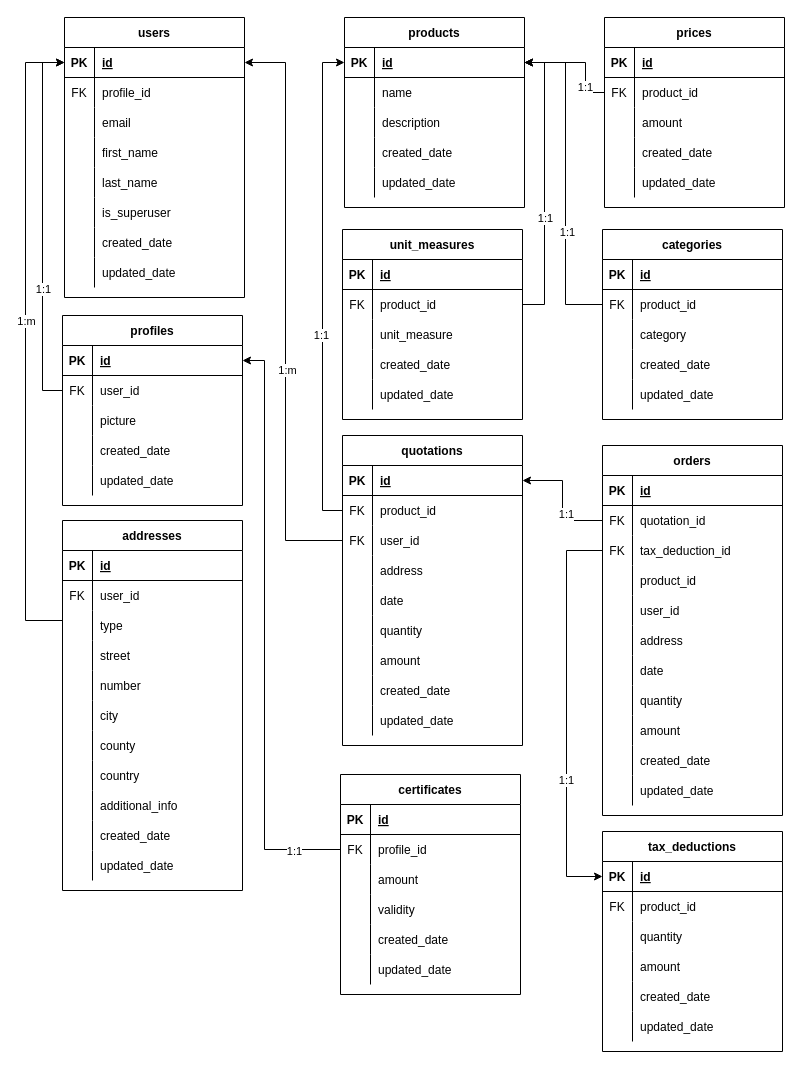
This is WastePickupServices.drawio from PixLix1/donations_point, a draw.io file, before an edit. Source tidied: cells renumbered, new cells numbered last; positions are measured from the earlier drawing's top-left corner, leaving out a move shared by most shapes. Both pictures are drawn from the tidied source at 100%, with x=0, y=0 at pixel (25, 17).
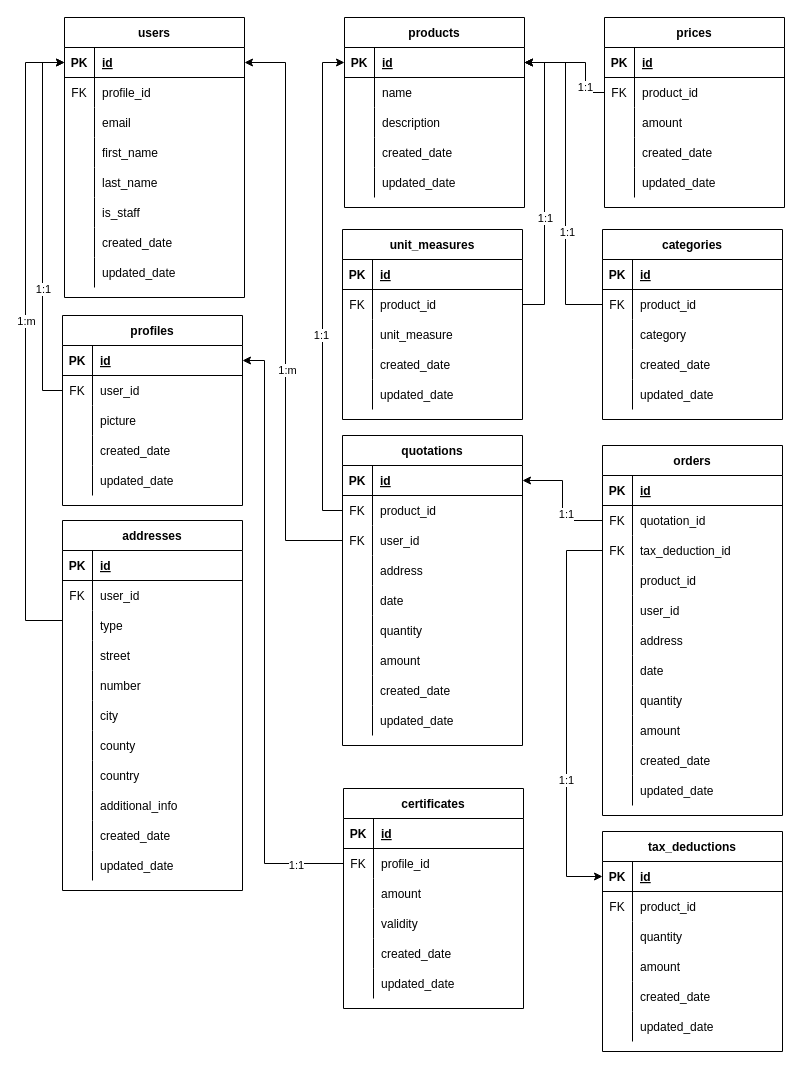
Above is the later version.

The change refers to these unchanged cells:
```xml
<mxCell id="18" style="shape=partialRectangle;fillColor=none;top=0;left=0;bottom=0;right=0;" parent="2" vertex="1">
  <mxGeometry y="180" width="180" height="30" as="geometry" />
</mxCell>
<mxCell id="116" style="shape=partialRectangle;fillColor=none;top=0;left=0;bottom=1;right=0;points=[[0,0.5],[1,0.5]];portConstraint=eastwest;" parent="115" vertex="1">
  <mxGeometry y="30" width="180" height="30" as="geometry" />
</mxCell>
<mxCell id="244" style="shape=partialRectangle;fillColor=none;top=0;left=0;bottom=0;right=0;points=[[0,0.5],[1,0.5]];portConstraint=eastwest;" parent="240" vertex="1">
  <mxGeometry y="60" width="180" height="30" as="geometry" />
</mxCell>
```

The edit, as a diff of the source:
```diff
@@
-    <mxCell id="20" value="is_superuser" style="shape=partialRectangle;fillColor=none;top=0;left=0;bottom=0;right=0;align=left;spacingLeft=6;overflow=hidden;" parent="18" vertex="1">
+    <mxCell id="20" value="is_staff" style="shape=partialRectangle;fillColor=none;top=0;left=0;bottom=0;right=0;align=left;spacingLeft=6;overflow=hidden;" parent="18" vertex="1">
       <mxGeometry x="30" width="150" height="30" as="geometry" />
     </mxCell>
@@
     <mxCell id="240" value="certificates" style="shape=table;startSize=30;childLayout=tableLayout;rowLines=0;fontStyle=1;align=center;" parent="1" vertex="1">
-      <mxGeometry x="315" y="757" width="180" height="220" as="geometry" />
+      <mxGeometry x="318" y="771" width="180" height="220" as="geometry" />
     </mxCell>
@@
     <mxCell id="259" style="edgeStyle=orthogonalEdgeStyle;rounded=0;jettySize=auto;html=1;exitX=0;exitY=0.5;exitDx=0;exitDy=0;entryX=1;entryY=0.5;entryDx=0;entryDy=0;" parent="1" edge="1" source="244" target="116">
       <mxGeometry relative="1" as="geometry">
         <Array as="points">
-          <mxPoint x="239" y="832" />
+          <mxPoint x="239" y="846" />
           <mxPoint x="239" y="343" />
         </Array>
       </mxGeometry>
     </mxCell>
```
